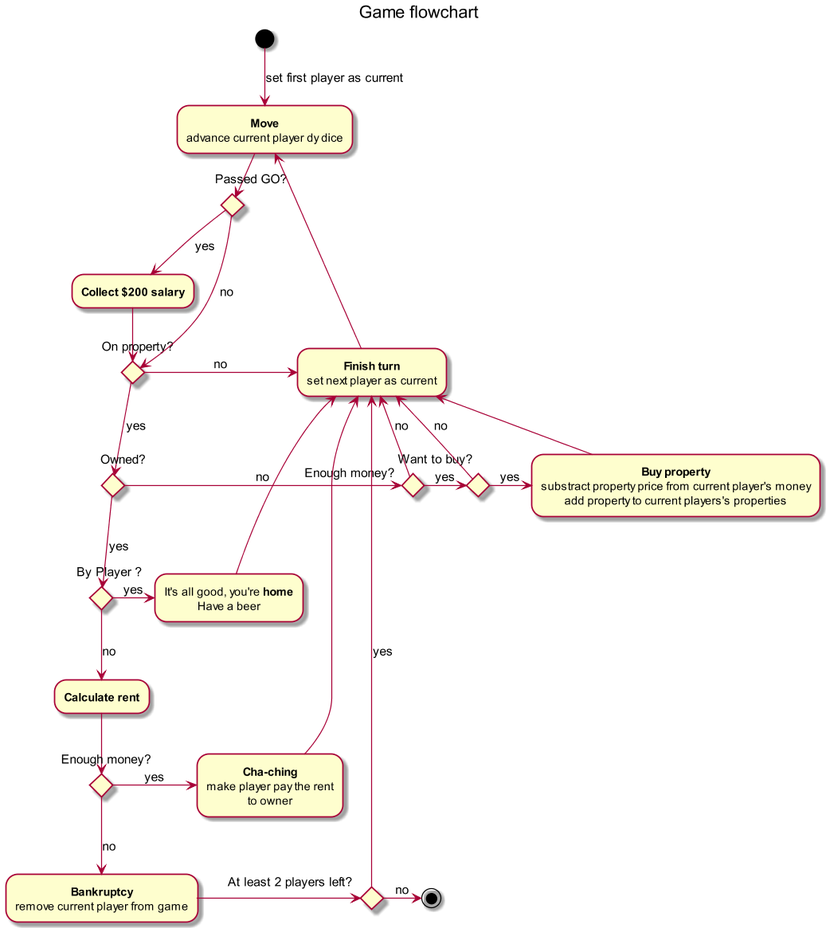
Above: doc/game-flowchart.png in francois-roseberry/monopoly-js (PlantUML), before the change.
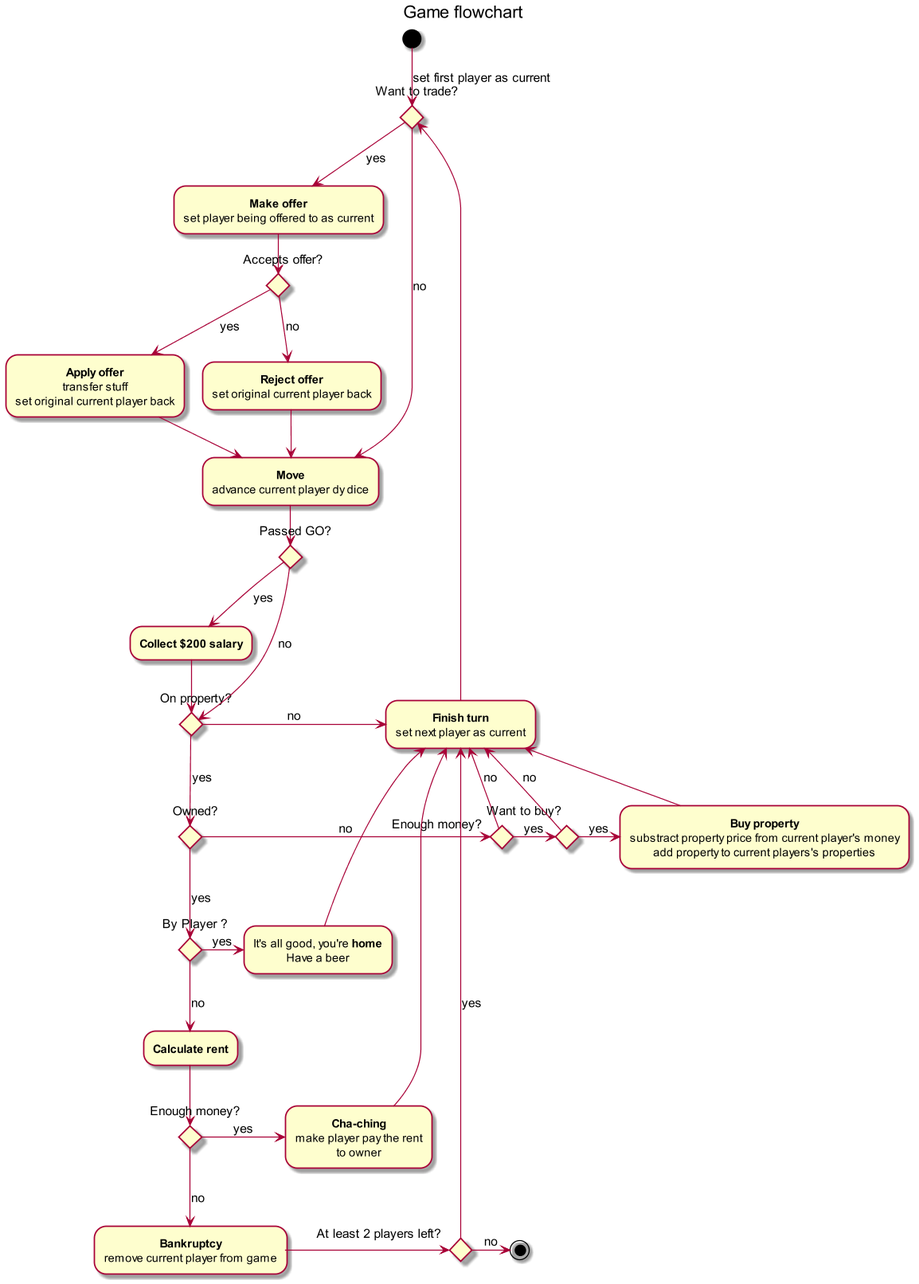
Later version of the same file.

Commit message:
Added the trade to the flowchart

What changed in the source:
```diff
@@ -3,55 +3,68 @@
 scale 1.2
 title Game flowchart
 
-(*) -->[set first player as current] "<b>Move</b>
+(*) -->[set first player as current] if "Want to trade?" as turn_start then
+	-->[yes] "<b>Make offer</b>
+				set player being offered to as current"
+	--> if "Accepts offer?" then
+		-->[yes] "<b>Apply offer</b>
+			transfer stuff
+			set original current player back"
+		--> "<b>Move</b>
 					advance current player dy dice" as move
-
-
---> if "Passed GO?" then
-	-->[yes] "<b>Collect $200 salary</b>"
-	--> if "On property?" as on_property then
-	-->[yes] if "Owned?" then
-		-right->[no] if "Enough money?" then
-			-up->[no] "<b>Finish turn</b>
-					set next player as current" as finish_turn
+		--> if "Passed GO?" then
+			-->[yes] "<b>Collect $200 salary</b>"
+			--> if "On property?" as on_property then
+				-->[yes] if "Owned?" then
+					-right->[no] if "Enough money?" then
+						-up->[no] "<b>Finish turn</b>
+								set next player as current" as finish_turn
+					else
+						-right->[yes] if "Want to buy?" then
+							-right->[yes] "<b>Buy property</b>
+									substract property price from current player's money
+									add property to current players's properties"
+							-up-> finish_turn
+						else
+							-up->[no] finish_turn
+						endif
+					endif
+				else
+					-down->[yes] if "By Player ?" then
+						-right->[yes] "It's all good, you're <b>home</b>
+							Have a beer" as home
+					else
+						-down->[no] "<b>Calculate rent</b>"
+						-down-> if "Enough money?" then
+							-right->[yes] "<b>Cha-ching</b>
+									make player pay the rent\nto owner"
+							-up-> finish_turn
+						else
+							-down->[no] "<b>Bankruptcy</b>
+								remove current player from game"
+							-right-> if "At least 2 players left?" then
+								-right->[no] (*)
+							else
+								-up->[yes] finish_turn
+							endif
+						endif
+					endif
+					home -up-> finish_turn
+				endif
+			else
+				-right->[no] finish_turn
+				-up-> turn_start
+			endif
 		else
-			-right->[yes] if "Want to buy?" then
-				-right->[yes] "<b>Buy property</b>
-						substract property price from current player's money
-						add property to current players's properties"
-				-up-> finish_turn
-			else
-				-up->[no] finish_turn
-			endif
+			-down->[no] on_property
 		endif
 	else
-		-down->[yes] if "By Player ?" then
-			-right->[yes] "It's all good, you're <b>home</b>
-				Have a beer" as home
-		else
-			-down->[no] "<b>Calculate rent</b>"
-			-down-> if "Enough money?" then
-				-right->[yes] "<b>Cha-ching</b>
-						make player pay the rent\nto owner"
-				-up-> finish_turn
-			else
-				-down->[no] "<b>Bankruptcy</b>
-					remove current player from game"
-				-right-> if "At least 2 players left?" then
-					-right->[no] (*)
-				else
-					-up->[yes] finish_turn
-				endif
-			endif
-		endif
-		home -up-> finish_turn
+		-->[no] "<b>Reject offer</b>
+			set original current player back"
+		--> move
 	endif
 else
-	-right->[no] finish_turn
-	-up-> move
-endif
-else
-	-down->[no] on_property
+	-->[no] move
 endif
 
 @enduml
```
